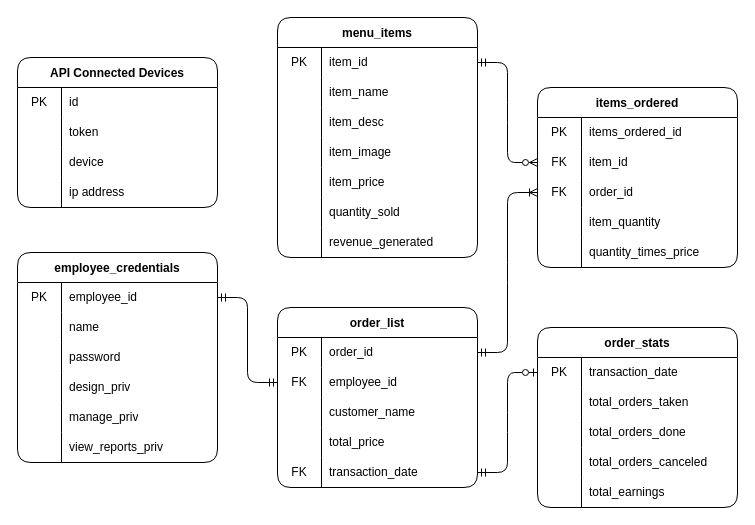
Before: DOCS/Diagrams/ERD Diagram.drawio in alexxGmZ/MenuMaApp, a draw.io diagram. Source tidied: cells renumbered, new cells numbered last; positions are measured from the earlier drawing's top-left corner, leaving out a move shared by most shapes. Both pictures are drawn from the tidied source at 100%, with x=0, y=0 at pixel (17, 17).
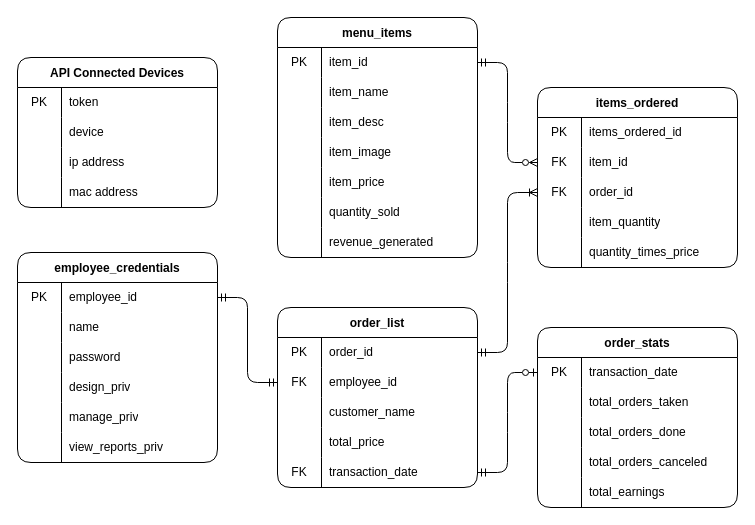
The same page after the edit.

Commit message (it also covers changes not shown here):
updated erd and dfd

Unchanged cells that the change refers to:
```xml
<mxCell id="96" style="shape=tableRow;horizontal=0;startSize=0;swimlaneHead=0;swimlaneBody=0;top=0;left=0;bottom=0;right=0;fillColor=none;" parent="95" vertex="1">
  <mxGeometry y="30" width="200" height="30" as="geometry" />
</mxCell>
<mxCell id="99" style="shape=tableRow;horizontal=0;startSize=0;swimlaneHead=0;swimlaneBody=0;top=0;left=0;bottom=0;right=0;fillColor=none;" parent="95" vertex="1">
  <mxGeometry y="60" width="200" height="30" as="geometry" />
</mxCell>
<mxCell id="102" style="shape=tableRow;horizontal=0;startSize=0;swimlaneHead=0;swimlaneBody=0;top=0;left=0;bottom=0;right=0;fillColor=none;" parent="95" vertex="1">
  <mxGeometry y="90" width="200" height="30" as="geometry" />
</mxCell>
<mxCell id="105" style="shape=tableRow;horizontal=0;startSize=0;swimlaneHead=0;swimlaneBody=0;top=0;left=0;bottom=0;right=0;fillColor=none;" parent="95" vertex="1">
  <mxGeometry y="120" width="200" height="30" as="geometry" />
</mxCell>
```

Diff of the diagram source:
```diff
@@
-    <mxCell id="98" value="id" style="shape=partialRectangle;html=1;whiteSpace=wrap;fillColor=none;top=0;left=0;bottom=0;right=0;align=left;spacingLeft=6;overflow=hidden;" parent="96" vertex="1">
+    <mxCell id="98" value="token" style="shape=partialRectangle;html=1;whiteSpace=wrap;fillColor=none;top=0;left=0;bottom=0;right=0;align=left;spacingLeft=6;overflow=hidden;" parent="96" vertex="1">
       <mxGeometry x="44" width="156" height="30" as="geometry" />
     </mxCell>
@@
-    <mxCell id="101" value="token" style="shape=partialRectangle;html=1;whiteSpace=wrap;fillColor=none;top=0;left=0;bottom=0;right=0;align=left;spacingLeft=6;overflow=hidden;" parent="99" vertex="1">
+    <mxCell id="101" value="device" style="shape=partialRectangle;html=1;whiteSpace=wrap;fillColor=none;top=0;left=0;bottom=0;right=0;align=left;spacingLeft=6;overflow=hidden;" parent="99" vertex="1">
       <mxGeometry x="44" width="156" height="30" as="geometry" />
     </mxCell>
@@
-    <mxCell id="104" value="device" style="shape=partialRectangle;html=1;whiteSpace=wrap;fillColor=none;top=0;left=0;bottom=0;right=0;align=left;spacingLeft=6;overflow=hidden;" parent="102" vertex="1">
+    <mxCell id="104" value="ip address" style="shape=partialRectangle;html=1;whiteSpace=wrap;fillColor=none;top=0;left=0;bottom=0;right=0;align=left;spacingLeft=6;overflow=hidden;" parent="102" vertex="1">
       <mxGeometry x="44" width="156" height="30" as="geometry" />
     </mxCell>
@@
-    <mxCell id="107" value="ip address" style="shape=partialRectangle;html=1;whiteSpace=wrap;fillColor=none;top=0;left=0;bottom=0;right=0;align=left;spacingLeft=6;overflow=hidden;" parent="105" vertex="1">
+    <mxCell id="107" value="mac address" style="shape=partialRectangle;html=1;whiteSpace=wrap;fillColor=none;top=0;left=0;bottom=0;right=0;align=left;spacingLeft=6;overflow=hidden;" parent="105" vertex="1">
       <mxGeometry x="44" width="156" height="30" as="geometry" />
     </mxCell>
```
